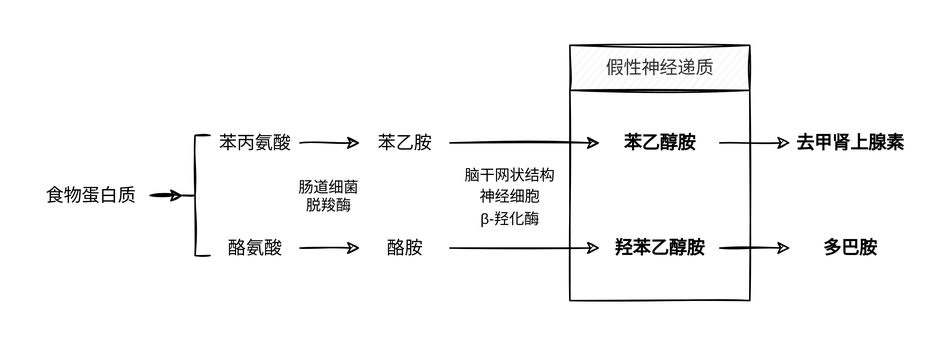
daisilia/daisilia.github.io keeps this draw.io diagram as content/docs/病理生理学/肝功能不全/假性神经递质.svg. Above is the earlier version. Source tidied: cells renumbered, new cells last; positions are measured from the earlier drawing's top-left corner, leaving out a move shared by most shapes.
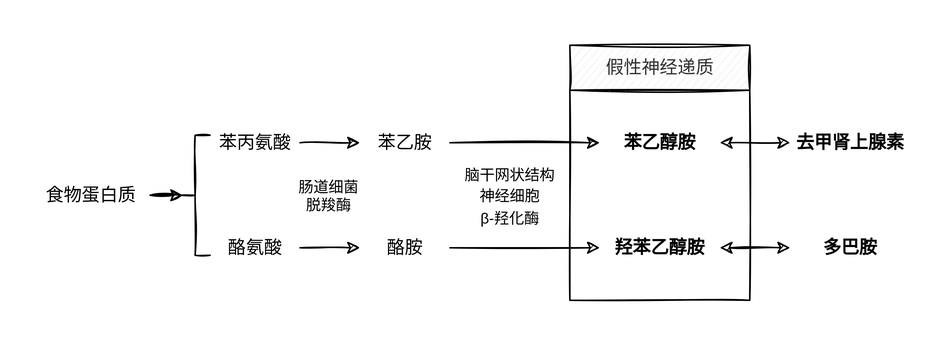
The same file after the commit.

The edit, as a diff of the source:
```diff
@@ -44,13 +44,13 @@
     <mxCell id="15" value="肠道细菌&lt;br style=&quot;font-size: 10px;&quot;&gt;脱羧酶" style="text;html=1;strokeColor=none;fillColor=none;align=center;verticalAlign=middle;whiteSpace=wrap;horizontal=1;textDirection=ltr;labelPosition=center;verticalLabelPosition=middle;fontSize=10;sketch=1;rounded=0;" parent="1" vertex="1">
       <mxGeometry x="194" y="100" width="50" height="60" as="geometry" />
     </mxCell>
-    <mxCell id="16" style="edgeStyle=orthogonalEdgeStyle;jettySize=auto;html=1;sketch=1;rounded=0;" parent="1" edge="1" source="17" target="21">
+    <mxCell id="16" style="edgeStyle=orthogonalEdgeStyle;jettySize=auto;html=1;sketch=1;rounded=0;startArrow=classic;startFill=1;" parent="1" edge="1" source="17" target="21">
       <mxGeometry relative="1" as="geometry" />
     </mxCell>
     <mxCell id="17" value="&lt;b&gt;苯乙醇胺&lt;/b&gt;" style="text;html=1;strokeColor=none;fillColor=none;align=center;verticalAlign=middle;whiteSpace=wrap;sketch=1;rounded=0;" parent="1" vertex="1">
       <mxGeometry x="400" y="80" width="80" height="30" as="geometry" />
     </mxCell>
-    <mxCell id="18" style="edgeStyle=orthogonalEdgeStyle;jettySize=auto;html=1;sketch=1;rounded=0;" parent="1" edge="1" source="19" target="22">
+    <mxCell id="18" style="edgeStyle=orthogonalEdgeStyle;jettySize=auto;html=1;sketch=1;rounded=0;startArrow=classic;startFill=1;" parent="1" edge="1" source="19" target="22">
       <mxGeometry relative="1" as="geometry" />
     </mxCell>
     <mxCell id="19" value="&lt;b&gt;羟苯乙醇胺&lt;/b&gt;" style="text;html=1;strokeColor=none;fillColor=none;align=center;verticalAlign=middle;whiteSpace=wrap;sketch=1;rounded=0;" parent="1" vertex="1">
```
